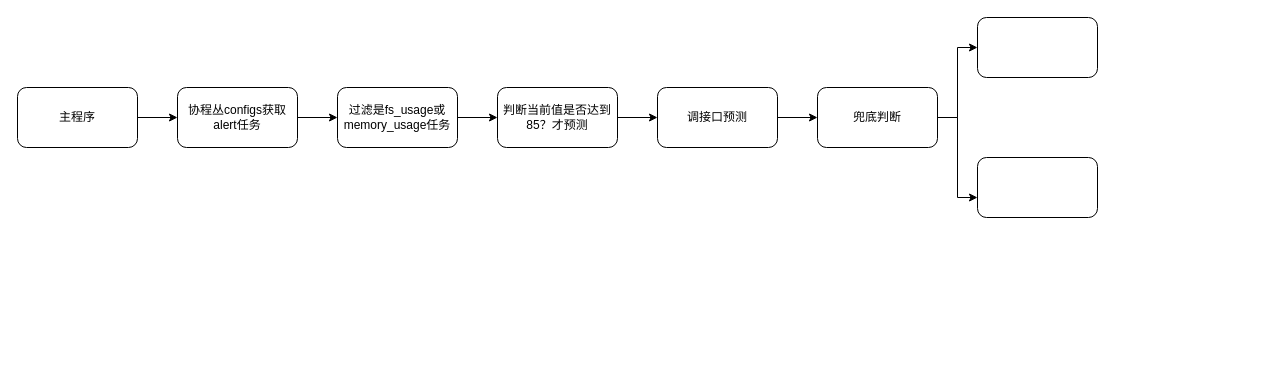
Earlier version of the draw.io diagram predict.drawio (wupei-w/diagrams). Source tidied: cells renumbered, new cells numbered last; positions are measured from the earlier drawing's top-left corner, leaving out a move shared by most shapes. Both pictures are drawn from the tidied source at 100%, with x=0, y=0 at pixel (17, 17).
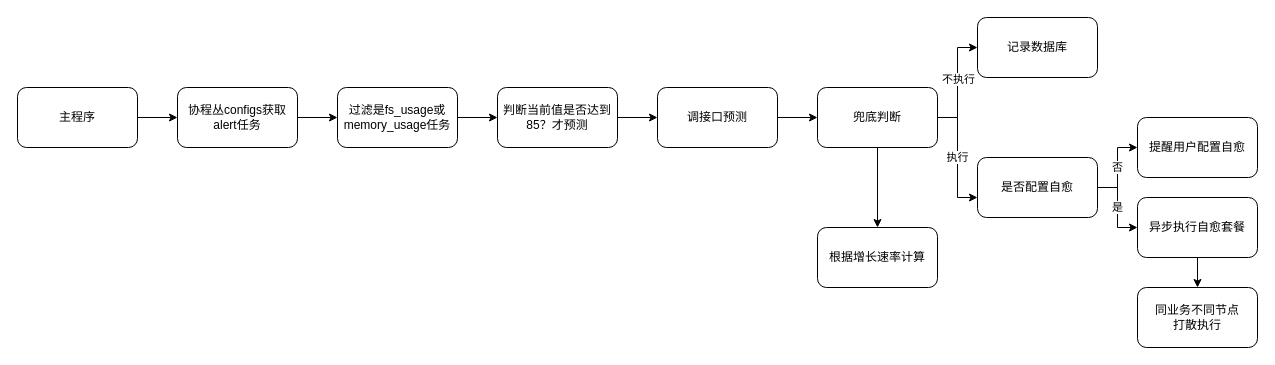
After the change.

The change refers to these unchanged cells:
```xml
<mxCell id="12" style="edgeStyle=orthogonalEdgeStyle;rounded=0;jettySize=auto;html=1;entryX=0;entryY=0.5;entryDx=0;entryDy=0;" parent="1" edge="1" source="14" target="15">
  <mxGeometry relative="1" as="geometry" />
</mxCell>
<mxCell id="14" value="兜底判断" style="rounded=1;whiteSpace=wrap;html=1;" parent="1" vertex="1">
  <mxGeometry x="800" y="70" width="120" height="60" as="geometry" />
</mxCell>
```

What changed in the source:
```diff
@@
+    <mxCell id="17" value="不执行" style="edgeLabel;html=1;align=center;verticalAlign=middle;" parent="12" vertex="1">
+      <mxGeometry x="0.08" relative="1" as="geometry" />
+    </mxCell>
-    <mxCell id="13" style="edgeStyle=orthogonalEdgeStyle;rounded=0;jettySize=auto;html=1;exitX=1;exitY=0.5;exitDx=0;exitDy=0;entryX=0;entryY=0.667;entryDx=0;entryDy=0;entryPerimeter=0;" parent="1" edge="1" source="14" target="16">
+    <mxCell id="13" value="执行" style="edgeStyle=orthogonalEdgeStyle;rounded=0;jettySize=auto;html=1;exitX=1;exitY=0.5;exitDx=0;exitDy=0;entryX=0;entryY=0.667;entryDx=0;entryDy=0;entryPerimeter=0;" parent="1" edge="1" source="14" target="16">
       <mxGeometry relative="1" as="geometry" />
     </mxCell>
+    <mxCell id="18" style="edgeStyle=orthogonalEdgeStyle;rounded=0;jettySize=auto;html=1;" parent="1" edge="1" source="14" target="21">
+      <mxGeometry relative="1" as="geometry" />
+    </mxCell>
@@
-    <mxCell id="15" style="rounded=1;whiteSpace=wrap;html=1;" parent="1" vertex="1">
+    <mxCell id="15" value="记录数据库" style="rounded=1;whiteSpace=wrap;html=1;" parent="1" vertex="1">
       <mxGeometry x="960" width="120" height="60" as="geometry" />
     </mxCell>
+    <mxCell id="19" value="否" style="edgeStyle=orthogonalEdgeStyle;rounded=0;jettySize=auto;html=1;exitX=1;exitY=0.5;exitDx=0;exitDy=0;entryX=0;entryY=0.5;entryDx=0;entryDy=0;" parent="1" edge="1" source="16" target="22">
+      <mxGeometry relative="1" as="geometry" />
+    </mxCell>
+    <mxCell id="20" value="是" style="edgeStyle=orthogonalEdgeStyle;rounded=0;jettySize=auto;html=1;exitX=1;exitY=0.5;exitDx=0;exitDy=0;entryX=0;entryY=0.5;entryDx=0;entryDy=0;" parent="1" edge="1" source="16" target="24">
+      <mxGeometry relative="1" as="geometry" />
+    </mxCell>
-    <mxCell id="16" style="rounded=1;whiteSpace=wrap;html=1;" parent="1" vertex="1">
+    <mxCell id="16" value="是否配置自愈" style="rounded=1;whiteSpace=wrap;html=1;" parent="1" vertex="1">
       <mxGeometry x="960" y="140" width="120" height="60" as="geometry" />
     </mxCell>
+    <mxCell id="21" value="根据增长速率计算" style="whiteSpace=wrap;html=1;rounded=1;" parent="1" vertex="1">
+      <mxGeometry x="800" y="210" width="120" height="60" as="geometry" />
+    </mxCell>
+    <mxCell id="22" value="提醒用户配置自愈" style="rounded=1;whiteSpace=wrap;html=1;" parent="1" vertex="1">
+      <mxGeometry x="1120" y="100" width="120" height="60" as="geometry" />
+    </mxCell>
+    <mxCell id="23" style="edgeStyle=orthogonalEdgeStyle;rounded=0;jettySize=auto;html=1;" parent="1" edge="1" source="24" target="25">
+      <mxGeometry relative="1" as="geometry" />
+    </mxCell>
+    <mxCell id="24" value="异步执行自愈套餐" style="rounded=1;whiteSpace=wrap;html=1;" parent="1" vertex="1">
+      <mxGeometry x="1120" y="180" width="120" height="60" as="geometry" />
+    </mxCell>
+    <mxCell id="25" value="同业务不同节点&lt;br&gt;打散执行" style="rounded=1;whiteSpace=wrap;html=1;" parent="1" vertex="1">
+      <mxGeometry x="1120" y="270" width="120" height="60" as="geometry" />
+    </mxCell>
```
